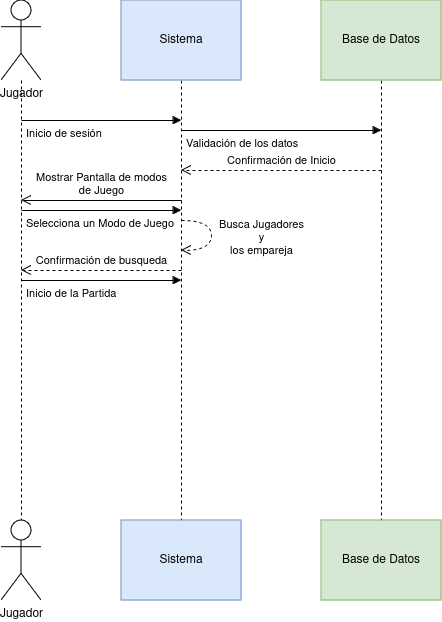
eduardosmoralesglez/Creacion-del-diagrama-de-Secuencia keeps this draw.io diagram as Sistema de Videojuegos en Línea.png. Above is the earlier version. Source tidied: cells renumbered, new cells last; positions are measured from the earlier drawing's top-left corner, leaving out a move shared by most shapes.
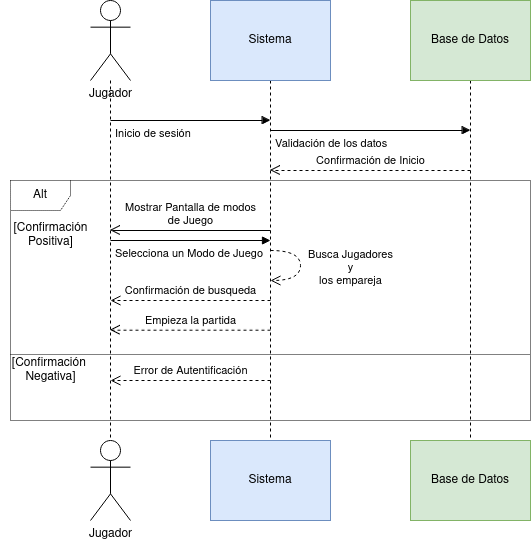
Later version of the same file.

The edit, as a diff of the source:
```diff
@@ -2,94 +2,103 @@
   <root>
     <mxCell id="0" />
     <mxCell id="1" parent="0" />
-    <mxCell id="2" style="group;" parent="1" vertex="1">
-      <mxGeometry width="40" height="600" as="geometry" />
-    </mxCell>
-    <mxCell id="3" style="edgeStyle=orthogonalEdgeStyle;rounded=0;jettySize=auto;html=1;endArrow=none;startFill=0;dashed=1;" parent="2" edge="1" source="4" target="5">
-      <mxGeometry relative="1" as="geometry" />
-    </mxCell>
-    <mxCell id="4" value="Jugador" style="shape=umlActor;verticalLabelPosition=bottom;verticalAlign=top;html=1;" parent="2" vertex="1">
-      <mxGeometry width="40" height="80" as="geometry" />
-    </mxCell>
-    <mxCell id="5" value="Jugador" style="shape=umlActor;verticalLabelPosition=bottom;verticalAlign=top;html=1;" parent="2" vertex="1">
-      <mxGeometry y="520" width="40" height="80" as="geometry" />
-    </mxCell>
-    <mxCell id="6" style="group;fillColor=none;" parent="1" vertex="1">
-      <mxGeometry x="120" width="120" height="600" as="geometry" />
-    </mxCell>
+    <mxCell id="18" value="&amp;nbsp;Inicio de sesión" style="endArrow=block;endFill=1;html=1;edgeStyle=orthogonalEdgeStyle;align=left;verticalAlign=top;rounded=0;" parent="1" edge="1">
+      <mxGeometry x="-1" relative="1" as="geometry">
+        <mxPoint x="20" y="120" as="sourcePoint" />
+        <mxPoint x="180" y="120" as="targetPoint" />
+      </mxGeometry>
+    </mxCell>
+    <mxCell id="19" value="&amp;nbsp;Validación de los datos" style="endArrow=block;endFill=1;html=1;edgeStyle=orthogonalEdgeStyle;align=left;verticalAlign=top;rounded=0;" parent="1" edge="1">
+      <mxGeometry x="-1" relative="1" as="geometry">
+        <mxPoint x="180" y="130" as="sourcePoint" />
+        <mxPoint x="380" y="130" as="targetPoint" />
+      </mxGeometry>
+    </mxCell>
+    <mxCell id="20" value="Confirmación de Inicio" style="html=1;verticalAlign=bottom;endArrow=open;dashed=1;endSize=8;curved=0;rounded=0;" parent="1" edge="1">
+      <mxGeometry relative="1" as="geometry">
+        <mxPoint x="380" y="170" as="sourcePoint" />
+        <mxPoint x="180" y="170" as="targetPoint" />
+      </mxGeometry>
+    </mxCell>
+    <mxCell id="21" value="&lt;div&gt;Mostrar Pantalla de modos&lt;/div&gt;&lt;div&gt;de Juego&lt;br&gt;&lt;/div&gt;" style="html=1;verticalAlign=bottom;endArrow=open;endSize=8;curved=0;rounded=0;" parent="1" edge="1">
+      <mxGeometry relative="1" as="geometry">
+        <mxPoint x="180" y="230" as="sourcePoint" />
+        <mxPoint x="20" y="230" as="targetPoint" />
+      </mxGeometry>
+    </mxCell>
+    <mxCell id="22" value="Empieza la partida" style="html=1;verticalAlign=bottom;endArrow=open;dashed=1;endSize=8;curved=0;rounded=0;" parent="1" edge="1">
+      <mxGeometry relative="1" as="geometry">
+        <mxPoint x="180" y="329.7" as="sourcePoint" />
+        <mxPoint x="20" y="329.7" as="targetPoint" />
+      </mxGeometry>
+    </mxCell>
+    <mxCell id="23" value="Alt" style="shape=umlFrame;whiteSpace=wrap;html=1;dashed=1;dashPattern=1 1;" parent="1" vertex="1">
+      <mxGeometry x="-80" y="180" width="520" height="240" as="geometry" />
+    </mxCell>
-    <mxCell id="7" style="edgeStyle=orthogonalEdgeStyle;rounded=0;jettySize=auto;html=1;endArrow=none;startFill=0;dashed=1;" parent="6" edge="1" source="8" target="9">
+    <mxCell id="7" style="edgeStyle=orthogonalEdgeStyle;rounded=0;jettySize=auto;html=1;endArrow=none;startFill=0;dashed=1;" parent="1" edge="1" source="8" target="9">
       <mxGeometry relative="1" as="geometry" />
     </mxCell>
-    <mxCell id="8" value="Sistema" style="html=1;whiteSpace=wrap;fillColor=#dae8fc;strokeColor=#6c8ebf;" parent="6" vertex="1">
-      <mxGeometry width="120" height="80" as="geometry" />
+    <mxCell id="8" value="Sistema" style="html=1;whiteSpace=wrap;fillColor=#dae8fc;strokeColor=#6c8ebf;" parent="1" vertex="1">
+      <mxGeometry x="120" width="120" height="80" as="geometry" />
     </mxCell>
-    <mxCell id="9" value="Sistema" style="html=1;whiteSpace=wrap;fillColor=#dae8fc;strokeColor=#6c8ebf;" parent="6" vertex="1">
-      <mxGeometry y="520" width="120" height="80" as="geometry" />
+    <mxCell id="9" value="Sistema" style="html=1;whiteSpace=wrap;fillColor=#dae8fc;strokeColor=#6c8ebf;" parent="1" vertex="1">
+      <mxGeometry x="120" y="440" width="120" height="80" as="geometry" />
     </mxCell>
-    <mxCell id="10" value="&amp;nbsp;Selecciona un Modo de Juego" style="endArrow=block;endFill=1;html=1;edgeStyle=orthogonalEdgeStyle;align=left;verticalAlign=top;rounded=0;" parent="6" edge="1">
+    <mxCell id="10" value="&amp;nbsp;Selecciona un Modo de Juego" style="endArrow=block;endFill=1;html=1;edgeStyle=orthogonalEdgeStyle;align=left;verticalAlign=top;rounded=0;" parent="1" edge="1">
       <mxGeometry x="-1" relative="1" as="geometry">
-        <mxPoint x="-100" y="210" as="sourcePoint" />
-        <mxPoint x="60" y="210" as="targetPoint" />
+        <mxPoint x="20" y="240" as="sourcePoint" />
+        <mxPoint x="180" y="240" as="targetPoint" />
       </mxGeometry>
     </mxCell>
-    <mxCell id="11" value="&lt;div&gt;Busca Jugadores &lt;br&gt;&lt;/div&gt;&lt;div&gt;y&lt;/div&gt;&lt;div&gt;los empareja&lt;br&gt;&lt;/div&gt;" style="html=1;verticalAlign=bottom;endArrow=open;dashed=1;endSize=8;curved=1;rounded=0;fillColor=none;" parent="6" edge="1">
+    <mxCell id="11" value="&lt;div&gt;Busca Jugadores &lt;br&gt;&lt;/div&gt;&lt;div&gt;y&lt;/div&gt;&lt;div&gt;los empareja&lt;br&gt;&lt;/div&gt;" style="html=1;verticalAlign=bottom;endArrow=open;dashed=1;endSize=8;curved=1;rounded=0;fillColor=none;" parent="1" edge="1">
       <mxGeometry x="0.33" y="51" relative="1" as="geometry">
-        <mxPoint x="60" y="220" as="sourcePoint" />
-        <mxPoint x="60" y="250" as="targetPoint" />
+        <mxPoint x="180" y="250" as="sourcePoint" />
+        <mxPoint x="180" y="280" as="targetPoint" />
         <Array as="points">
-          <mxPoint x="90" y="220" />
-          <mxPoint x="90" y="250" />
+          <mxPoint x="210" y="250" />
+          <mxPoint x="210" y="280" />
         </Array>
         <mxPoint x="50" y="-41" as="offset" />
       </mxGeometry>
     </mxCell>
-    <mxCell id="12" value="Confirmación de busqueda" style="html=1;verticalAlign=bottom;endArrow=open;dashed=1;endSize=8;curved=0;rounded=0;" parent="6" edge="1">
+    <mxCell id="12" value="Confirmación de busqueda" style="html=1;verticalAlign=bottom;endArrow=open;dashed=1;endSize=8;curved=0;rounded=0;" parent="1" edge="1">
       <mxGeometry relative="1" as="geometry">
-        <mxPoint x="60" y="270" as="sourcePoint" />
-        <mxPoint x="-100" y="270" as="targetPoint" />
+        <mxPoint x="180" y="300" as="sourcePoint" />
+        <mxPoint x="20" y="300" as="targetPoint" />
       </mxGeometry>
     </mxCell>
-    <mxCell id="13" value="&amp;nbsp;Inicio de la Partida" style="endArrow=block;endFill=1;html=1;edgeStyle=orthogonalEdgeStyle;align=left;verticalAlign=top;rounded=0;" parent="6" edge="1">
-      <mxGeometry x="-1" relative="1" as="geometry">
-        <mxPoint x="-100" y="280" as="sourcePoint" />
-        <mxPoint x="60" y="280" as="targetPoint" />
-      </mxGeometry>
-    </mxCell>
-    <mxCell id="14" style="group;" parent="1" vertex="1">
-      <mxGeometry x="320" width="120" height="600" as="geometry" />
-    </mxCell>
-    <mxCell id="15" style="edgeStyle=orthogonalEdgeStyle;rounded=0;jettySize=auto;html=1;endArrow=none;startFill=0;dashed=1;" parent="14" edge="1" source="16" target="17">
+    <mxCell id="15" style="edgeStyle=orthogonalEdgeStyle;rounded=0;jettySize=auto;html=1;endArrow=none;startFill=0;dashed=1;" parent="1" edge="1" source="16" target="17">
       <mxGeometry relative="1" as="geometry" />
     </mxCell>
-    <mxCell id="16" value="Base de Datos" style="html=1;whiteSpace=wrap;fillColor=#d5e8d4;strokeColor=#82b366;" parent="14" vertex="1">
-      <mxGeometry width="120" height="80" as="geometry" />
+    <mxCell id="16" value="Base de Datos" style="html=1;whiteSpace=wrap;fillColor=#d5e8d4;strokeColor=#82b366;" parent="1" vertex="1">
+      <mxGeometry x="320" width="120" height="80" as="geometry" />
     </mxCell>
-    <mxCell id="17" value="Base de Datos" style="html=1;whiteSpace=wrap;fillColor=#d5e8d4;strokeColor=#82b366;" parent="14" vertex="1">
-      <mxGeometry y="520" width="120" height="80" as="geometry" />
+    <mxCell id="17" value="Base de Datos" style="html=1;whiteSpace=wrap;fillColor=#d5e8d4;strokeColor=#82b366;" parent="1" vertex="1">
+      <mxGeometry x="320" y="440" width="120" height="80" as="geometry" />
     </mxCell>
-    <mxCell id="18" value="&amp;nbsp;Inicio de sesión" style="endArrow=block;endFill=1;html=1;edgeStyle=orthogonalEdgeStyle;align=left;verticalAlign=top;rounded=0;" parent="1" edge="1">
-      <mxGeometry x="-1" relative="1" as="geometry">
-        <mxPoint x="20" y="120" as="sourcePoint" />
-        <mxPoint x="180" y="120" as="targetPoint" />
-      </mxGeometry>
-    </mxCell>
-    <mxCell id="19" value="&amp;nbsp;Validación de los datos" style="endArrow=block;endFill=1;html=1;edgeStyle=orthogonalEdgeStyle;align=left;verticalAlign=top;rounded=0;" parent="1" edge="1">
-      <mxGeometry x="-1" relative="1" as="geometry">
-        <mxPoint x="180" y="130" as="sourcePoint" />
-        <mxPoint x="380" y="130" as="targetPoint" />
-      </mxGeometry>
-    </mxCell>
-    <mxCell id="20" value="Confirmación de Inicio" style="html=1;verticalAlign=bottom;endArrow=open;dashed=1;endSize=8;curved=0;rounded=0;" parent="1" edge="1">
-      <mxGeometry relative="1" as="geometry">
-        <mxPoint x="380" y="170" as="sourcePoint" />
-        <mxPoint x="180" y="170" as="targetPoint" />
-      </mxGeometry>
-    </mxCell>
-    <mxCell id="21" value="&lt;div&gt;Mostrar Pantalla de modos&lt;/div&gt;&lt;div&gt;de Juego&lt;br&gt;&lt;/div&gt;" style="html=1;verticalAlign=bottom;endArrow=open;endSize=8;curved=0;rounded=0;" parent="1" edge="1">
-      <mxGeometry relative="1" as="geometry">
-        <mxPoint x="180" y="200" as="sourcePoint" />
-        <mxPoint x="20" y="200" as="targetPoint" />
-      </mxGeometry>
-    </mxCell>
+    <mxCell id="3" style="edgeStyle=orthogonalEdgeStyle;rounded=0;jettySize=auto;html=1;endArrow=none;startFill=0;dashed=1;" parent="1" edge="1" source="4" target="5">
+      <mxGeometry relative="1" as="geometry" />
+    </mxCell>
+    <mxCell id="4" value="Jugador" style="shape=umlActor;verticalLabelPosition=bottom;verticalAlign=top;html=1;" parent="1" vertex="1">
+      <mxGeometry width="40" height="80" as="geometry" />
+    </mxCell>
+    <mxCell id="5" value="Jugador" style="shape=umlActor;verticalLabelPosition=bottom;verticalAlign=top;html=1;" parent="1" vertex="1">
+      <mxGeometry y="440" width="40" height="80" as="geometry" />
+    </mxCell>
+    <mxCell id="24" style="line;strokeWidth=1;fillColor=none;align=left;verticalAlign=middle;spacingTop=-1;spacingLeft=3;spacingRight=3;labelPosition=right;strokeColor=inherit;dashed=1;dashPattern=1 1;" parent="1" vertex="1">
+      <mxGeometry x="-80" y="350" width="520" height="8" as="geometry" />
+    </mxCell>
+    <mxCell id="25" value="&lt;div&gt;[Confirmación&lt;/div&gt;&lt;div&gt;Positiva]&lt;/div&gt;" style="text;html=1;align=center;verticalAlign=middle;strokeColor=none;fillColor=none;" parent="1" vertex="1">
+      <mxGeometry x="-90" y="215" width="100" height="40" as="geometry" />
+    </mxCell>
+    <mxCell id="26" value="&lt;div&gt;[Confirmación&amp;nbsp;&lt;/div&gt;&lt;div&gt;Negativa]&lt;/div&gt;" style="text;html=1;align=center;verticalAlign=middle;strokeColor=none;fillColor=none;" parent="1" vertex="1">
+      <mxGeometry x="-90" y="350" width="100" height="40" as="geometry" />
+    </mxCell>
+    <mxCell id="27" value="Error de Autentificación" style="html=1;verticalAlign=bottom;endArrow=open;dashed=1;endSize=8;curved=0;rounded=0;" parent="1" edge="1">
+      <mxGeometry relative="1" as="geometry">
+        <mxPoint x="180" y="380" as="sourcePoint" />
+        <mxPoint x="20" y="380" as="targetPoint" />
+      </mxGeometry>
+    </mxCell>
   </root>
 </mxGraphModel>
```
